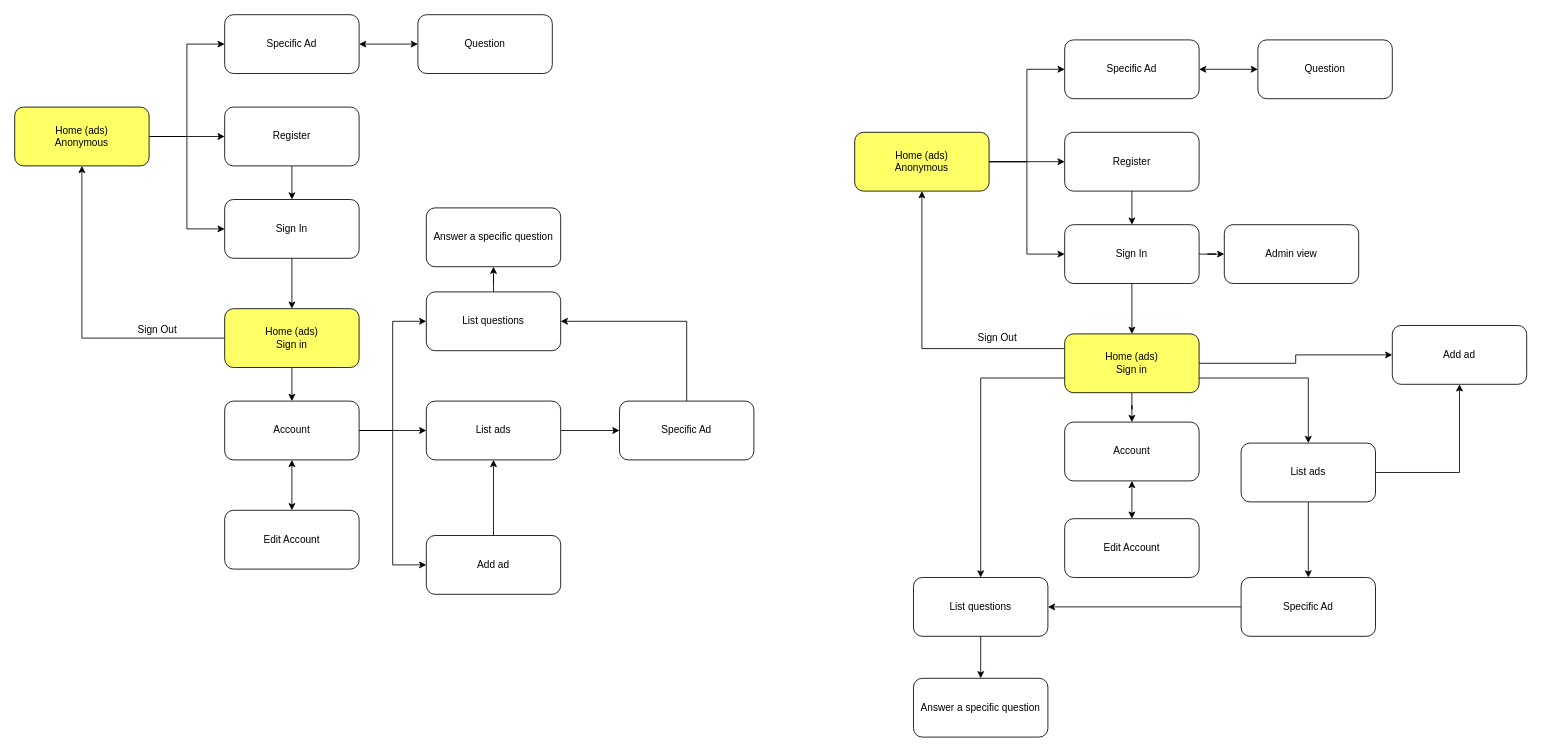
ChristianBocanegra/Example1 keeps this draw.io diagram as Windows-App.drawio. Above is the earlier version. Source tidied: cells renumbered, new cells numbered last; positions are measured from the earlier drawing's top-left corner, leaving out a move shared by most shapes. Both pictures are drawn from the tidied source at 84%, with x=0, y=0 at pixel (14, 14).
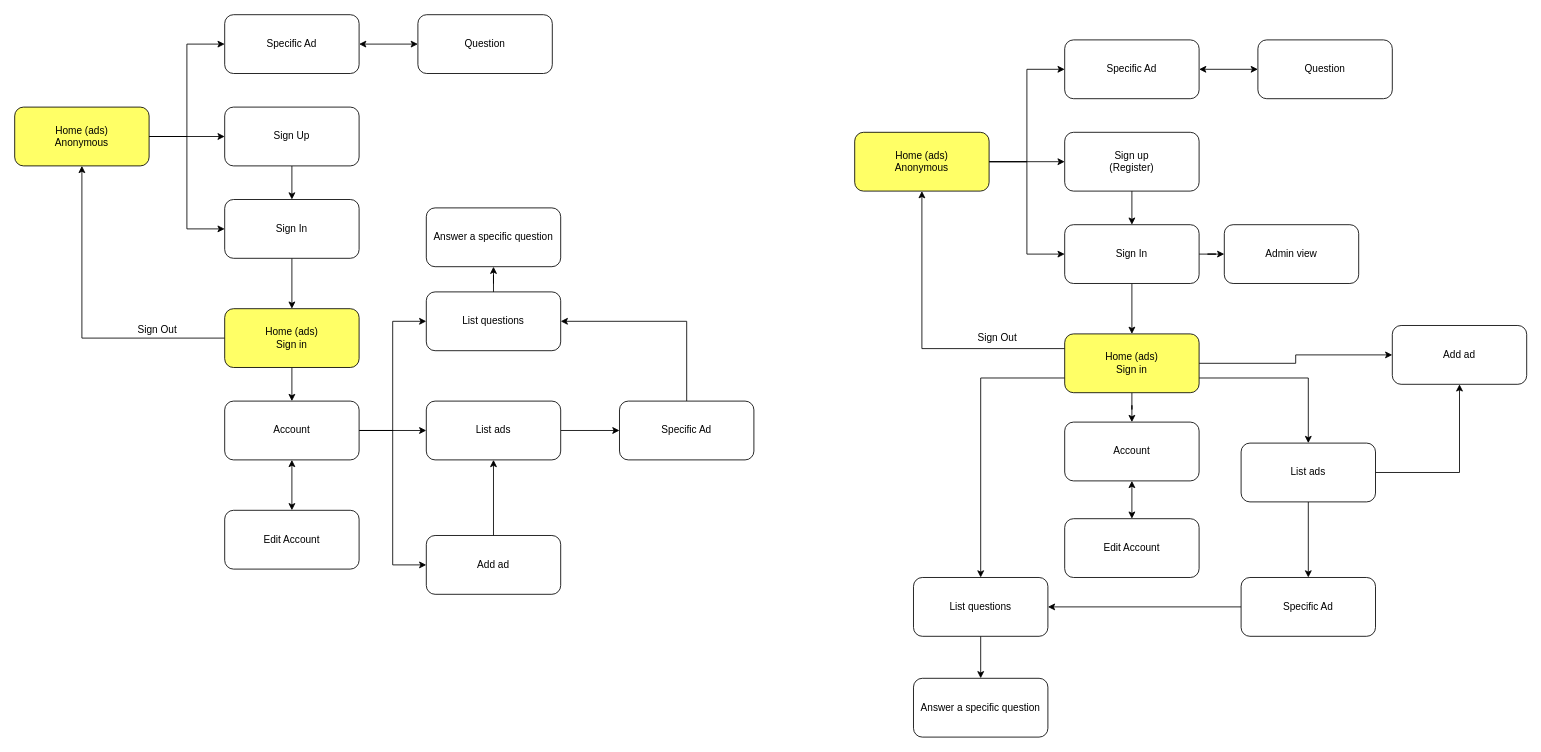
The same diagram, later.

The edit, as a diff of the source:
```diff
@@
-    <mxCell id="7" value="Register" style="rounded=1;whiteSpace=wrap;html=1;" parent="1" vertex="1">
+    <mxCell id="7" value="Sign Up" style="rounded=1;whiteSpace=wrap;html=1;" parent="1" vertex="1">
       <mxGeometry x="250" y="110" width="160" height="70" as="geometry" />
     </mxCell>
@@
-    <mxCell id="34" value="Register" style="rounded=1;whiteSpace=wrap;html=1;" parent="1" vertex="1">
+    <mxCell id="34" value="&lt;div&gt;Sign up&lt;/div&gt;(Register)" style="rounded=1;whiteSpace=wrap;html=1;" parent="1" vertex="1">
       <mxGeometry x="1250" y="140" width="160" height="70" as="geometry" />
     </mxCell>
```
